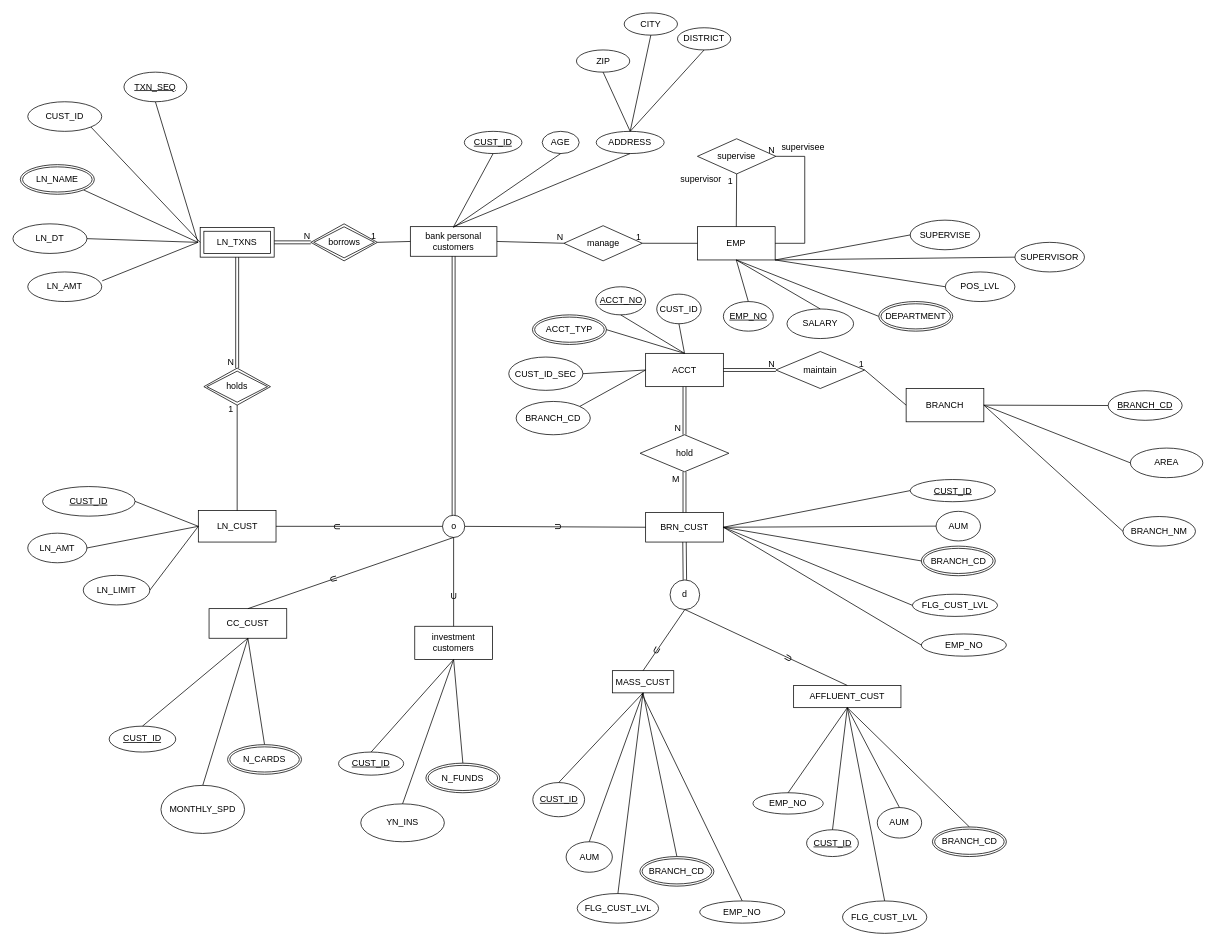
The draw.io diagram Homeworks/hw2.drawio in qqaazz800624/2023_Database_Systems_SQLtoNoSQL, before the edit. Source tidied: cells renumbered, new cells numbered last; positions are measured from the earlier drawing's top-left corner, leaving out a move shared by most shapes. Both pictures are drawn from the tidied source at 74%, with x=0, y=0 at pixel (13, 13).
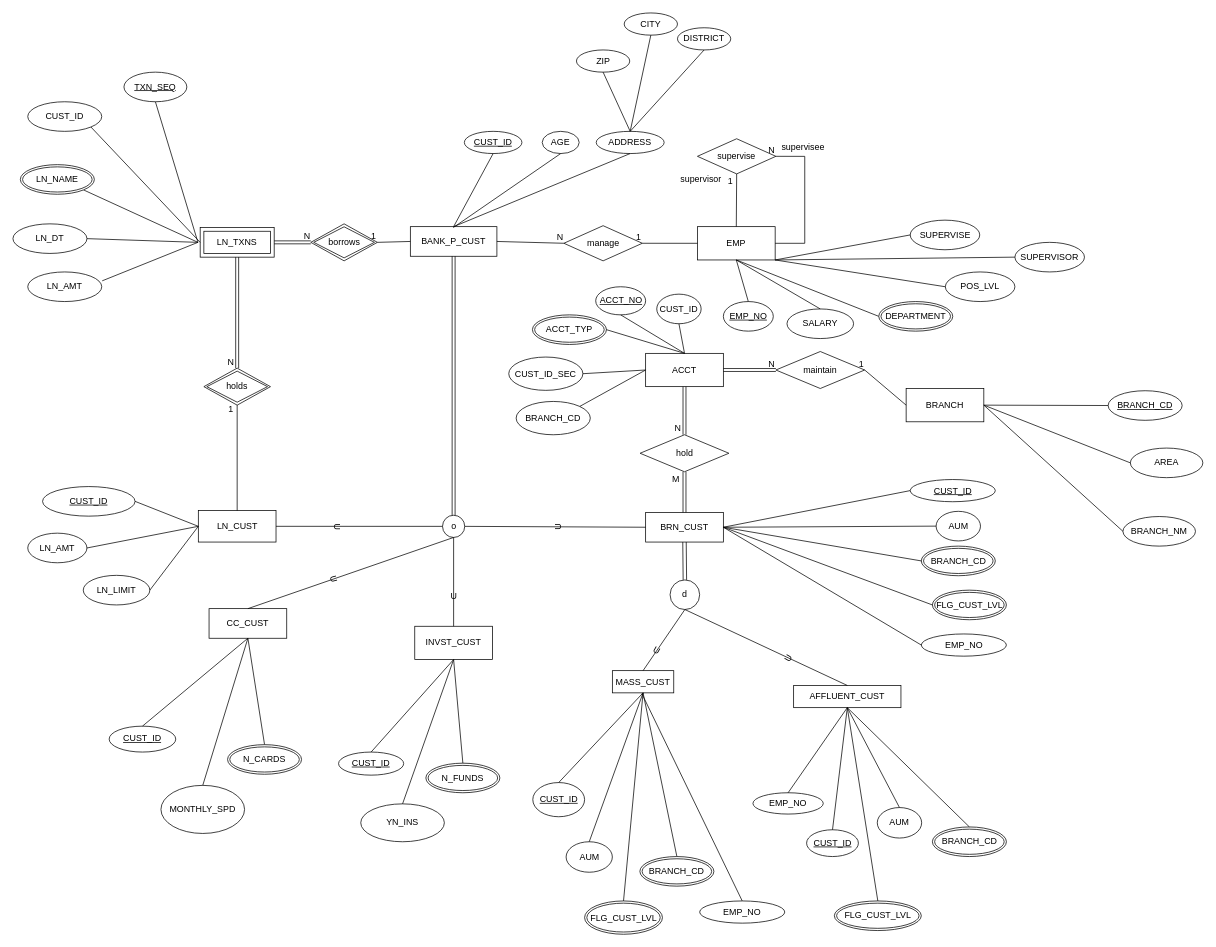
The same page after the edit.

The change refers to these unchanged cells:
```xml
<mxCell id="4" value="BRN_CUST" style="rounded=0;whiteSpace=wrap;html=1;" parent="1" vertex="1">
  <mxGeometry x="855" y="675" width="105" height="40" as="geometry" />
</mxCell>
<mxCell id="17" value="MASS_CUST" style="rounded=0;whiteSpace=wrap;html=1;" parent="1" vertex="1">
  <mxGeometry x="810" y="888.8" width="83" height="30" as="geometry" />
</mxCell>
<mxCell id="18" value="AFFLUENT_CUST" style="rounded=0;whiteSpace=wrap;html=1;" parent="1" vertex="1">
  <mxGeometry x="1055" y="908.8" width="145" height="30" as="geometry" />
</mxCell>
```

Change to the diagram source:
```diff
@@
-    <mxCell id="2" value="bank personal customers" style="rounded=0;whiteSpace=wrap;html=1;" parent="1" vertex="1">
+    <mxCell id="2" value="BANK_P_CUST" style="rounded=0;whiteSpace=wrap;html=1;" parent="1" vertex="1">
       <mxGeometry x="537" y="288.8" width="117" height="40" as="geometry" />
     </mxCell>
@@
-    <mxCell id="5" value="investment customers" style="rounded=0;whiteSpace=wrap;html=1;" parent="1" vertex="1">
+    <mxCell id="5" value="INVST_CUST" style="rounded=0;whiteSpace=wrap;html=1;" parent="1" vertex="1">
       <mxGeometry x="543" y="828.8" width="105" height="45" as="geometry" />
     </mxCell>
@@
-    <mxCell id="53" value="FLG_CUST_LVL" style="ellipse;whiteSpace=wrap;html=1;" parent="1" vertex="1">
-      <mxGeometry x="762.5" y="1190" width="110" height="40" as="geometry" />
-    </mxCell>
@@
-    <mxCell id="56" style="endArrow=none;html=1;rounded=0;entryX=0.5;entryY=1;entryDx=0;entryDy=0;exitX=0.5;exitY=0;exitDx=0;exitDy=0;" parent="1" edge="1" source="53" target="17">
+    <mxCell id="56" style="endArrow=none;html=1;rounded=0;entryX=0.5;entryY=1;entryDx=0;entryDy=0;exitX=0.5;exitY=0;exitDx=0;exitDy=0;" parent="1" edge="1" source="162" target="17">
       <mxGeometry relative="1" as="geometry" />
     </mxCell>
@@
-    <mxCell id="58" value="FLG_CUST_LVL" style="ellipse;whiteSpace=wrap;html=1;" parent="1" vertex="1">
-      <mxGeometry x="1121" y="1200" width="114" height="43.8" as="geometry" />
-    </mxCell>
@@
-    <mxCell id="61" style="endArrow=none;html=1;rounded=0;entryX=0.5;entryY=1;entryDx=0;entryDy=0;exitX=0.5;exitY=0;exitDx=0;exitDy=0;" parent="1" edge="1" source="58" target="18">
+    <mxCell id="61" style="endArrow=none;html=1;rounded=0;entryX=0.5;entryY=1;entryDx=0;entryDy=0;exitX=0.5;exitY=0;exitDx=0;exitDy=0;" parent="1" edge="1" source="161" target="18">
       <mxGeometry relative="1" as="geometry" />
     </mxCell>
@@
-    <mxCell id="138" value="FLG_CUST_LVL" style="ellipse;whiteSpace=wrap;html=1;" parent="1" vertex="1">
-      <mxGeometry x="1215.5" y="785.5" width="115" height="30" as="geometry" />
-    </mxCell>
-    <mxCell id="139" style="endArrow=none;html=1;rounded=0;exitX=0;exitY=0.5;exitDx=0;exitDy=0;entryX=1;entryY=0.5;entryDx=0;entryDy=0;" parent="1" edge="1" source="138" target="4">
+    <mxCell id="139" style="endArrow=none;html=1;rounded=0;exitX=0;exitY=0.5;exitDx=0;exitDy=0;entryX=1;entryY=0.5;entryDx=0;entryDy=0;" parent="1" edge="1" source="160" target="4">
       <mxGeometry relative="1" as="geometry" />
     </mxCell>
@@
+    <mxCell id="160" value="FLG_CUST_LVL" style="ellipse;shape=doubleEllipse;margin=3;whiteSpace=wrap;html=1;align=center;" parent="1" vertex="1">
+      <mxGeometry x="1242.5" y="780" width="100" height="40" as="geometry" />
+    </mxCell>
+    <mxCell id="161" value="FLG_CUST_LVL" style="ellipse;shape=doubleEllipse;margin=3;whiteSpace=wrap;html=1;align=center;" parent="1" vertex="1">
+      <mxGeometry x="1110" y="1200" width="117.5" height="40" as="geometry" />
+    </mxCell>
+    <mxCell id="162" value="FLG_CUST_LVL" style="ellipse;shape=doubleEllipse;margin=3;whiteSpace=wrap;html=1;align=center;" parent="1" vertex="1">
+      <mxGeometry x="772.5" y="1200" width="105.2" height="45" as="geometry" />
+    </mxCell>
```
